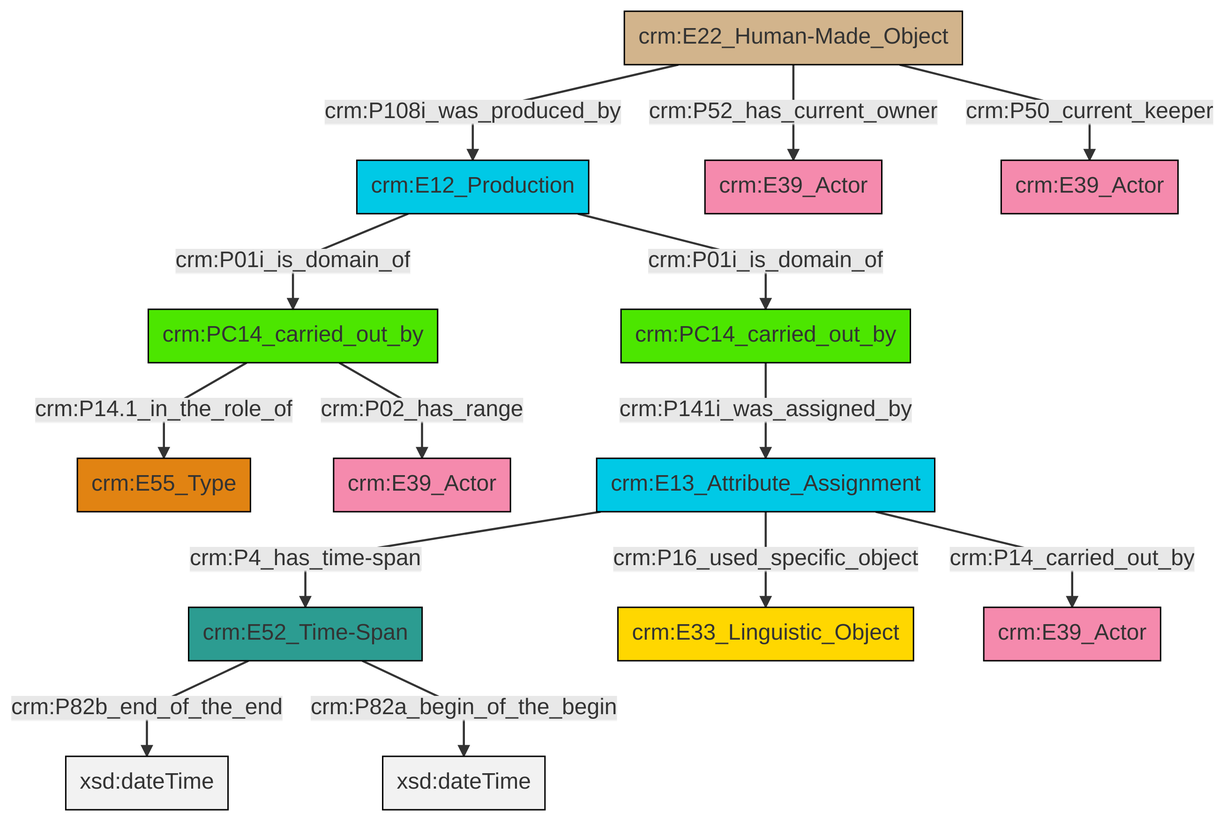
Earlier version of the Mermaid export et/carrierCSV/ttl/mmd/png/carrier_relations.png (swiss-art-research-net/docs.swissartresearch). Its source is kept beside it as et/carrierCSV/ttl/mmd/carrier_relations.ttl.mmd.
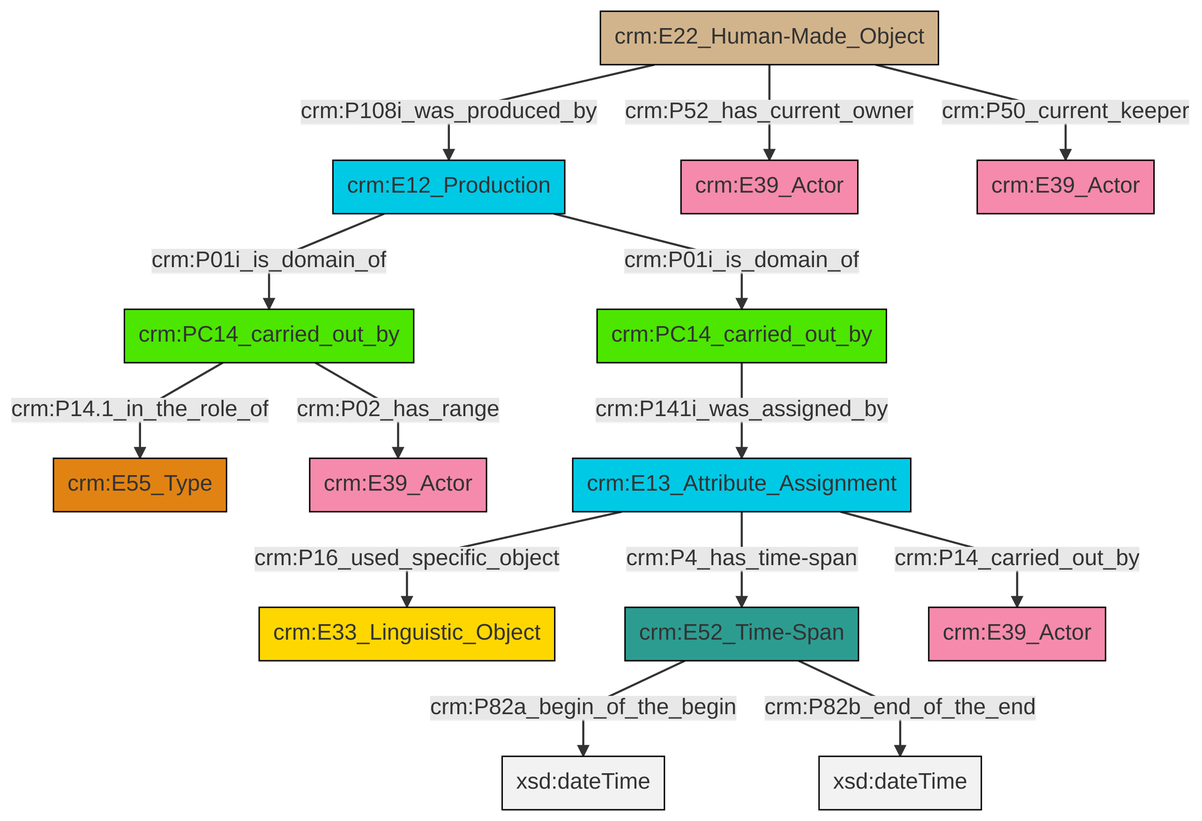
After the commit.

Change to the diagram source:
```diff
@@ -13,16 +13,16 @@
 classDef PC_Classes fill:#4ce600, stroke:#000000;
 classDef Multi fill:#cccccc,stroke:#000000;
 
-2["crm:PC14_carried_out_by"]:::PC_Classes -->|crm:P14.1_in_the_role_of| 3["crm:E55_Type"]:::Type
-4["crm:E12_Production"]:::Temporal_Entity -->|crm:P01i_is_domain_of| 2["crm:PC14_carried_out_by"]:::PC_Classes
-7["crm:E22_Human-Made_Object"]:::Physical_Thing -->|crm:P108i_was_produced_by| 4["crm:E12_Production"]:::Temporal_Entity
-9["crm:E13_Attribute_Assignment"]:::Temporal_Entity -->|crm:P4_has_time-span| 10["crm:E52_Time-Span"]:::Time-Span
-7["crm:E22_Human-Made_Object"]:::Physical_Thing -->|crm:P52_has_current_owner| 11["crm:E39_Actor"]:::Actor
-0["crm:PC14_carried_out_by"]:::PC_Classes -->|crm:P141i_was_assigned_by| 9["crm:E13_Attribute_Assignment"]:::Temporal_Entity
-10["crm:E52_Time-Span"]:::Time-Span -->|crm:P82b_end_of_the_end| 19[xsd:dateTime]:::Literal
-7["crm:E22_Human-Made_Object"]:::Physical_Thing -->|crm:P50_current_keeper| 5["crm:E39_Actor"]:::Actor
-4["crm:E12_Production"]:::Temporal_Entity -->|crm:P01i_is_domain_of| 0["crm:PC14_carried_out_by"]:::PC_Classes
-10["crm:E52_Time-Span"]:::Time-Span -->|crm:P82a_begin_of_the_begin| 21[xsd:dateTime]:::Literal
-9["crm:E13_Attribute_Assignment"]:::Temporal_Entity -->|crm:P16_used_specific_object| 13["crm:E33_Linguistic_Object"]:::Conceptual_Object
-2["crm:PC14_carried_out_by"]:::PC_Classes -->|crm:P02_has_range| 15["crm:E39_Actor"]:::Actor
-9["crm:E13_Attribute_Assignment"]:::Temporal_Entity -->|crm:P14_carried_out_by| 17["crm:E39_Actor"]:::Actor
+2["crm:E22_Human-Made_Object"]:::Physical_Thing -->|crm:P108i_was_produced_by| 3["crm:E12_Production"]:::Temporal_Entity
+2["crm:E22_Human-Made_Object"]:::Physical_Thing -->|crm:P52_has_current_owner| 11["crm:E39_Actor"]:::Actor
+12["crm:PC14_carried_out_by"]:::PC_Classes -->|crm:P141i_was_assigned_by| 9["crm:E13_Attribute_Assignment"]:::Temporal_Entity
+13["crm:E52_Time-Span"]:::Time-Span -->|crm:P82a_begin_of_the_begin| 14[xsd:dateTime]:::Literal
+9["crm:E13_Attribute_Assignment"]:::Temporal_Entity -->|crm:P16_used_specific_object| 0["crm:E33_Linguistic_Object"]:::Conceptual_Object
+9["crm:E13_Attribute_Assignment"]:::Temporal_Entity -->|crm:P14_carried_out_by| 15["crm:E39_Actor"]:::Actor
+2["crm:E22_Human-Made_Object"]:::Physical_Thing -->|crm:P50_current_keeper| 16["crm:E39_Actor"]:::Actor
+19["crm:PC14_carried_out_by"]:::PC_Classes -->|crm:P14.1_in_the_role_of| 5["crm:E55_Type"]:::Type
+13["crm:E52_Time-Span"]:::Time-Span -->|crm:P82b_end_of_the_end| 20[xsd:dateTime]:::Literal
+3["crm:E12_Production"]:::Temporal_Entity -->|crm:P01i_is_domain_of| 19["crm:PC14_carried_out_by"]:::PC_Classes
+9["crm:E13_Attribute_Assignment"]:::Temporal_Entity -->|crm:P4_has_time-span| 13["crm:E52_Time-Span"]:::Time-Span
+3["crm:E12_Production"]:::Temporal_Entity -->|crm:P01i_is_domain_of| 12["crm:PC14_carried_out_by"]:::PC_Classes
+19["crm:PC14_carried_out_by"]:::PC_Classes -->|crm:P02_has_range| 7["crm:E39_Actor"]:::Actor
```
